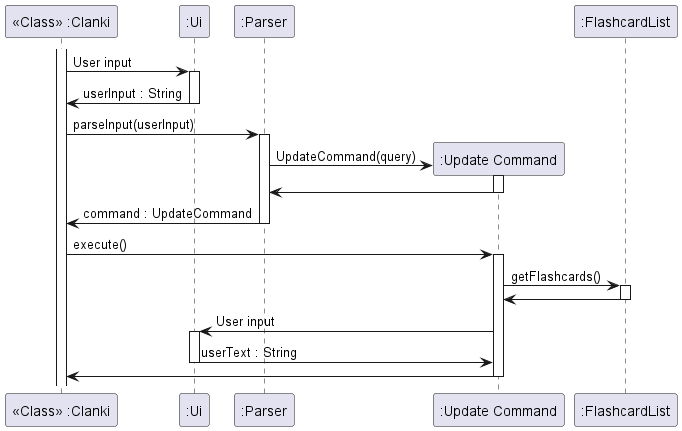
nus-cs2113-AY2223S2/tp keeps this PlantUML diagram as docs/umlDiagrams/UpdateFlashcard.png. Above is the earlier version.
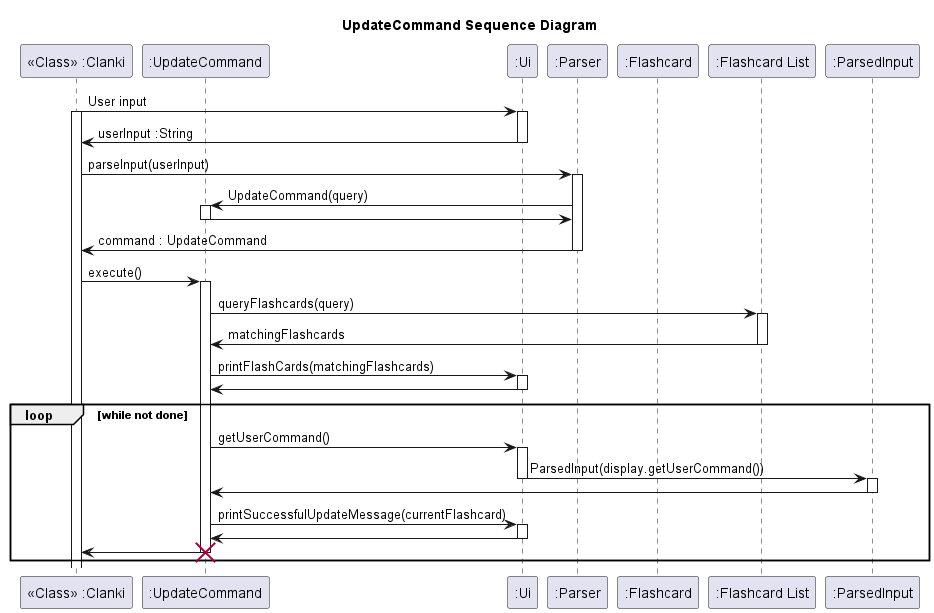
After the commit.

The edit, as a diff of the source:
```diff
@@ -1,23 +1,26 @@
 @startuml
 
+title UpdateCommand Sequence Diagram
+
 participant "<<Class>> :Clanki" as Main
+participant ":UpdateCommand" as UpdateCommand
 participant ":Ui" as Ui
 participant ":Parser" as Parser
-participant ":Update Command" as UpdateCommand
-participant ":FlashcardList" as FlashcardList
+participant ":Flashcard" as Flashcard
+participant ":Flashcard List" as FlashcardList
+participant ":ParsedInput" as ParsedInput
 
+Main -> Ui: User input
 activate Main
-Main -> Ui : User input
 activate Ui
 
-Ui -> Main : userInput : String
+Ui -> Main : userInput :String
 deactivate Ui
 
 Main -> Parser : parseInput(userInput)
 activate Parser
 
-create UpdateCommand
-Parser -> UpdateCommand : UpdateCommand(query)
+Parser -> UpdateCommand: UpdateCommand(query)
 activate UpdateCommand
 
 UpdateCommand -> Parser
@@ -26,22 +29,41 @@
 Parser -> Main : command : UpdateCommand
 deactivate Parser
 
-Main -> UpdateCommand: execute()
+Main -> UpdateCommand : execute()
 activate UpdateCommand
 
-UpdateCommand -> FlashcardList : getFlashcards()
+UpdateCommand -> FlashcardList: queryFlashcards(query)
 activate FlashcardList
 
-FlashcardList -> UpdateCommand
+FlashcardList -> UpdateCommand : matchingFlashcards
 deactivate FlashcardList
 
-UpdateCommand -> Ui : User input
+UpdateCommand -> Ui: printFlashCards(matchingFlashcards)
 activate Ui
 
-Ui -> UpdateCommand : userText : String
+Ui -> UpdateCommand
 deactivate Ui
 
-UpdateCommand-> Main
-deactivate UpdateCommand
+loop while not done
+    UpdateCommand -> Ui: getUserCommand()
+    activate Ui
 
+    Ui -> ParsedInput: ParsedInput(display.getUserCommand())
+    deactivate Ui
+    activate ParsedInput
+
+    ParsedInput -> UpdateCommand
+    deactivate ParsedInput
+
+    UpdateCommand -> Ui : printSuccessfulUpdateMessage(currentFlashcard)
+    activate Ui
+
+    Ui -> UpdateCommand
+    deactivate Ui
+
+    UpdateCommand -> Main
+    deactivate UpdateCommand
+    destroy UpdateCommand
+
+end
 @enduml
```
